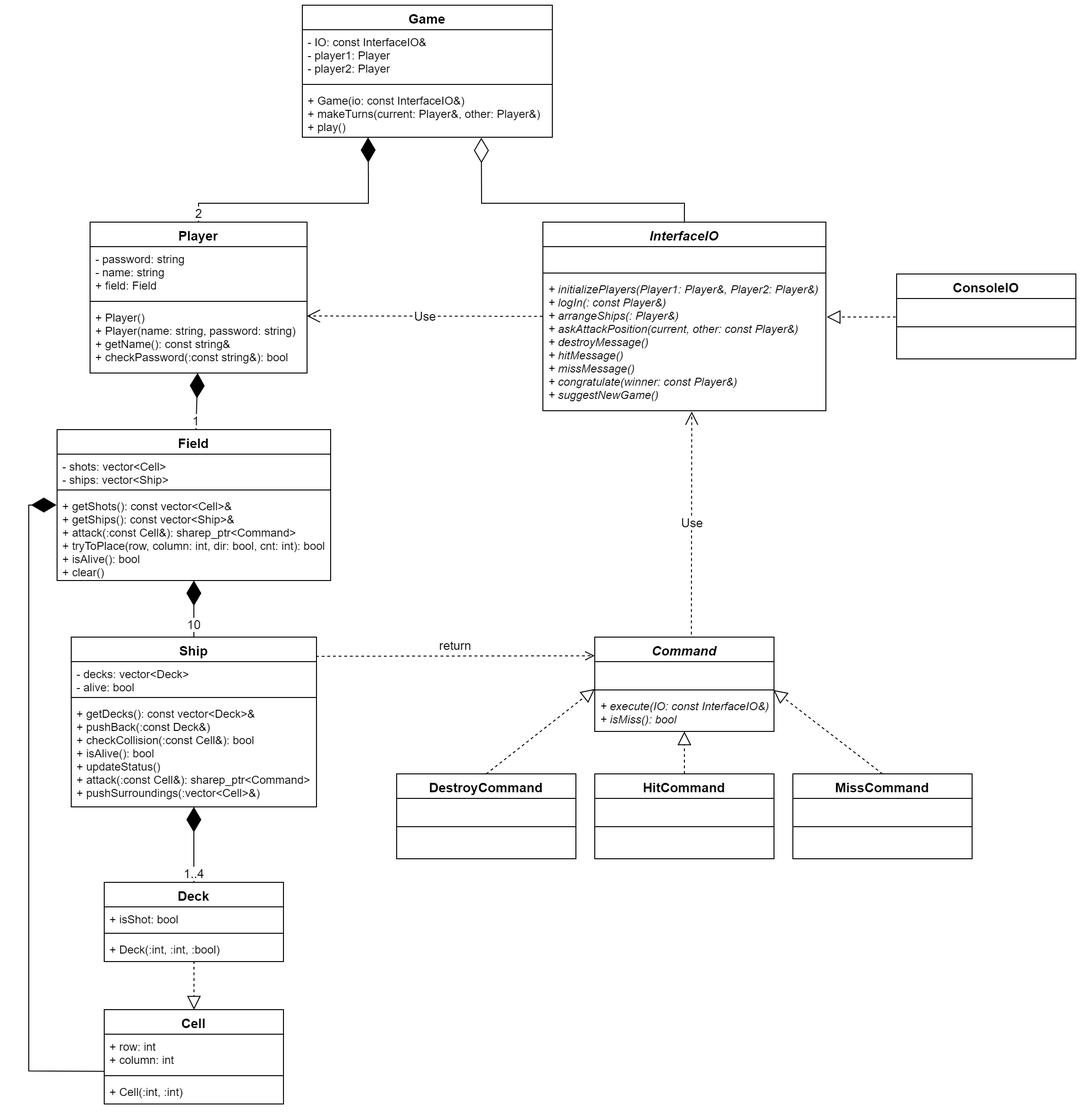
Above: Class Diagram.png in Darisishe/SeaBattleGame (draw.io), before the change. Source tidied: cells renumbered, new cells last; positions are measured from the earlier drawing's top-left corner, leaving out a move shared by most shapes.
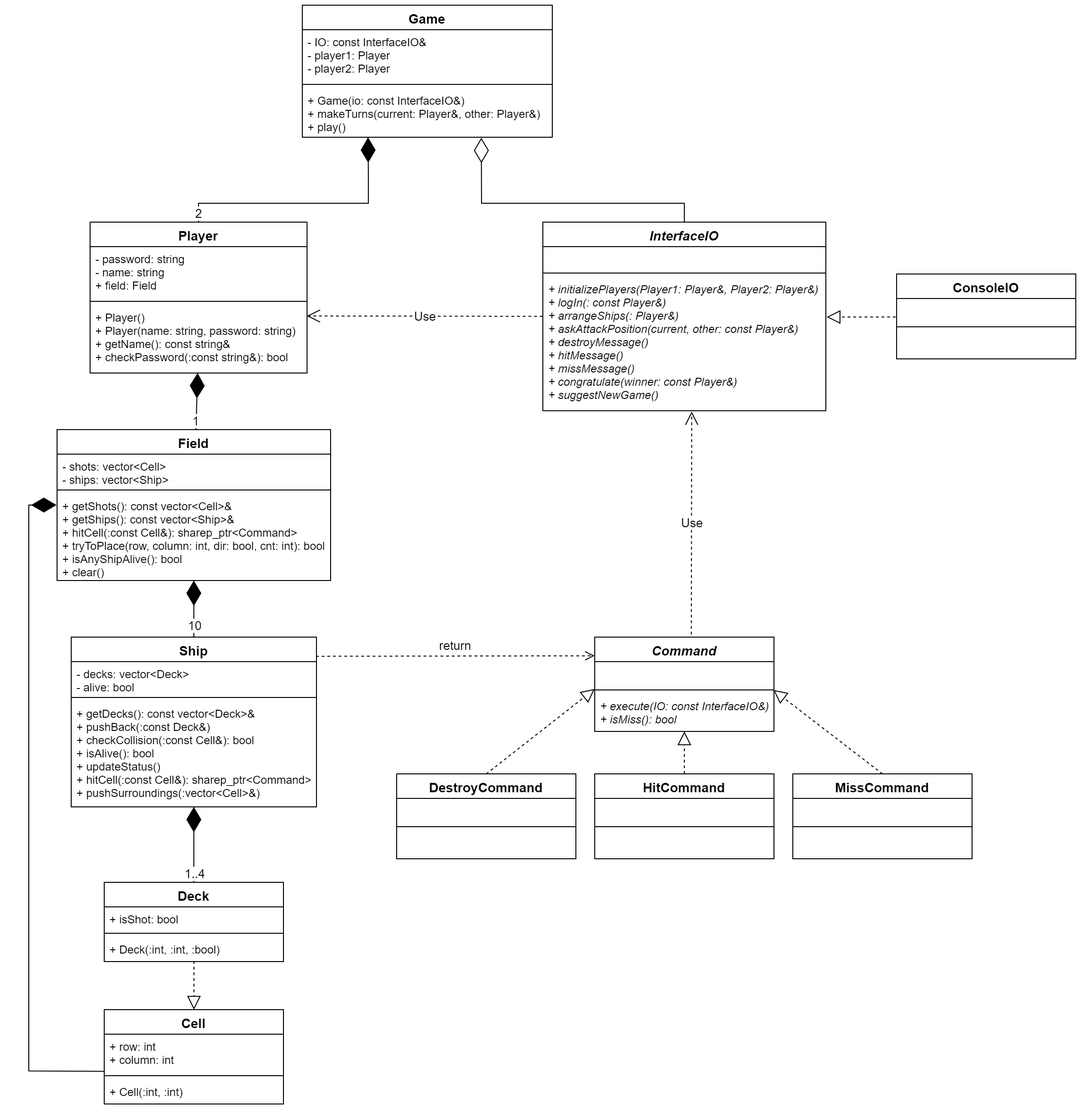
After the change.

Change to the diagram source:
```diff
@@ -97,7 +97,7 @@
     <mxCell id="32" style="line;strokeWidth=1;fillColor=none;align=left;verticalAlign=middle;spacingTop=-1;spacingLeft=3;spacingRight=3;labelPosition=right;" parent="30" vertex="1">
       <mxGeometry y="60" width="260" height="8" as="geometry" />
     </mxCell>
-    <mxCell id="33" value="+ getDecks(): const vector&lt;Deck&gt;&amp;&#10;+ pushBack(:const Deck&amp;)&#10;+ checkCollision(:const Cell&amp;): bool&#10;+ isAlive(): bool&#10;+ updateStatus()&#10;+ attack(:const Cell&amp;): sharep_ptr&lt;Command&gt;&#10;+ pushSurroundings(:vector&lt;Cell&gt;&amp;)" style="text;strokeColor=none;fillColor=none;align=left;verticalAlign=top;spacingLeft=4;spacingRight=4;overflow=hidden;points=[[0,0.5],[1,0.5]];portConstraint=eastwest;fontStyle=0;" parent="30" vertex="1">
+    <mxCell id="33" value="+ getDecks(): const vector&lt;Deck&gt;&amp;&#10;+ pushBack(:const Deck&amp;)&#10;+ checkCollision(:const Cell&amp;): bool&#10;+ isAlive(): bool&#10;+ updateStatus()&#10;+ hitCell(:const Cell&amp;): sharep_ptr&lt;Command&gt;&#10;+ pushSurroundings(:vector&lt;Cell&gt;&amp;)" style="text;strokeColor=none;fillColor=none;align=left;verticalAlign=top;spacingLeft=4;spacingRight=4;overflow=hidden;points=[[0,0.5],[1,0.5]];portConstraint=eastwest;fontStyle=0;" parent="30" vertex="1">
       <mxGeometry y="68" width="260" height="112" as="geometry" />
     </mxCell>
     <mxCell id="34" value="Field" style="swimlane;fontStyle=1;align=center;verticalAlign=top;horizontal=1;startSize=26;fontSize=14;" parent="1" vertex="1">
@@ -109,7 +109,7 @@
     <mxCell id="36" style="line;strokeWidth=1;fillColor=none;align=left;verticalAlign=middle;spacingTop=-1;spacingLeft=3;spacingRight=3;labelPosition=right;" parent="34" vertex="1">
       <mxGeometry y="60" width="290" height="8" as="geometry" />
     </mxCell>
-    <mxCell id="37" value="+ getShots(): const vector&lt;Cell&gt;&amp;&#10;+ getShips(): const vector&lt;Ship&gt;&amp;&#10;+ attack(:const Cell&amp;): sharep_ptr&lt;Command&gt;&#10;+ tryToPlace(row, column: int, dir: bool, cnt: int): bool&#10;+ isAlive(): bool&#10;+ clear()&#10;" style="text;strokeColor=none;fillColor=none;align=left;verticalAlign=top;spacingLeft=4;spacingRight=4;overflow=hidden;points=[[0,0.5],[1,0.5]];portConstraint=eastwest;fontStyle=0;" parent="34" vertex="1">
+    <mxCell id="37" value="+ getShots(): const vector&lt;Cell&gt;&amp;&#10;+ getShips(): const vector&lt;Ship&gt;&amp;&#10;+ hitCell(:const Cell&amp;): sharep_ptr&lt;Command&gt;&#10;+ tryToPlace(row, column: int, dir: bool, cnt: int): bool&#10;+ isAnyShipAlive(): bool&#10;+ clear()&#10;" style="text;strokeColor=none;fillColor=none;align=left;verticalAlign=top;spacingLeft=4;spacingRight=4;overflow=hidden;points=[[0,0.5],[1,0.5]];portConstraint=eastwest;fontStyle=0;" parent="34" vertex="1">
       <mxGeometry y="68" width="290" height="92" as="geometry" />
     </mxCell>
     <mxCell id="38" style="endArrow=diamondThin;endFill=1;endSize=24;html=1;rounded=0;fontSize=13;elbow=vertical;" parent="1" edge="1" target="33">
```
